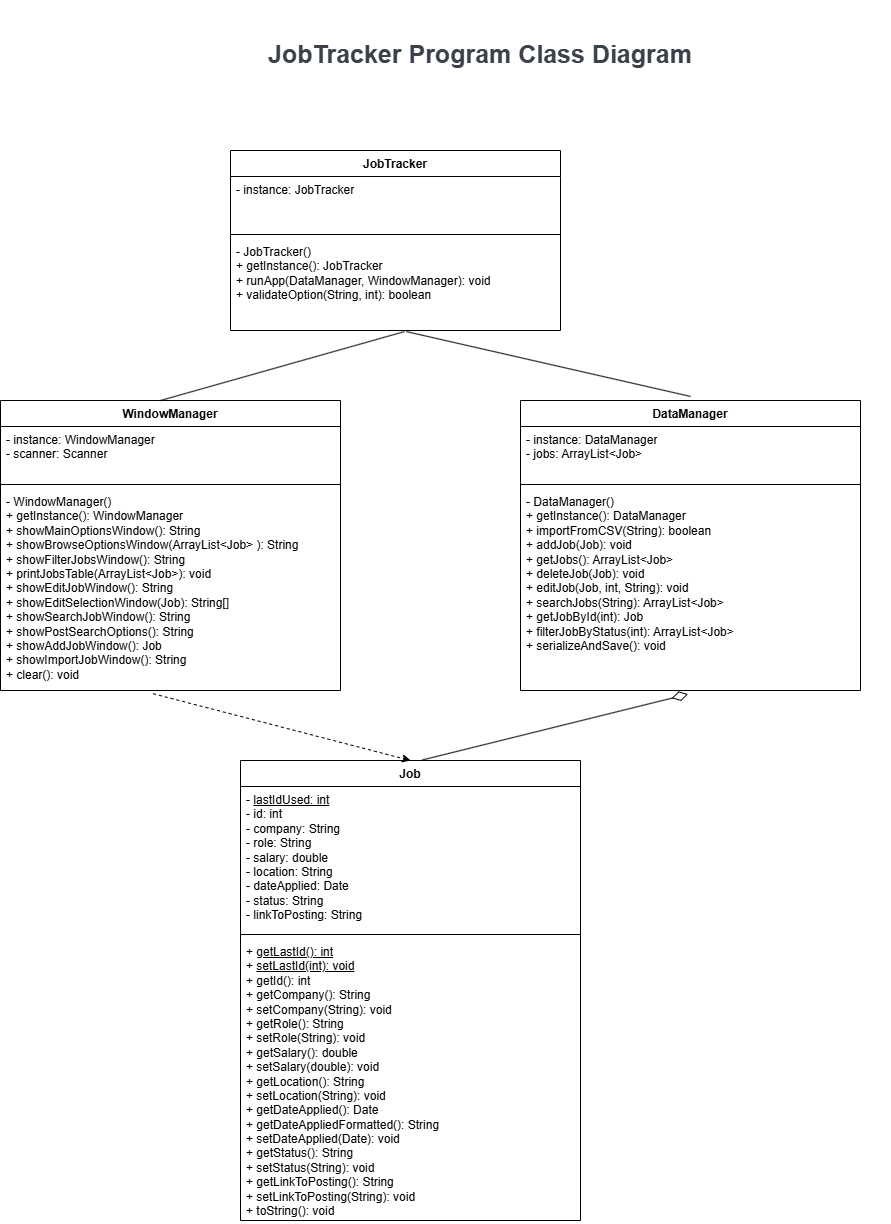
Above: diagrams/class_diagram.png in egnechng/JobApplicationTracker (draw.io), before the change. Source tidied: cells renumbered, new cells last; positions are measured from the earlier drawing's top-left corner, leaving out a move shared by most shapes. Its diagram source:
```xml
<mxGraphModel>
  <root>
    <mxCell id="0" />
    <mxCell id="1" parent="0" />
    <mxCell id="2" value="JobTracker Program Class Diagram" style="html=1;overflow=block;blockSpacing=1;whiteSpace=wrap;fontSize=25;fontColor=#3a414a;fontStyle=1;spacing=3.8;strokeOpacity=0;fillOpacity=0;rounded=1;absoluteArcSize=1;arcSize=9;fillColor=#ffffff;strokeWidth=0.8;lucidId=JtxquTIGnIHw;" parent="1" vertex="1">
      <mxGeometry x="70" width="820" height="105" as="geometry" />
    </mxCell>
    <mxCell id="3" value="JobTracker" style="swimlane;fontStyle=1;align=center;verticalAlign=top;horizontal=1;startSize=26;whiteSpace=wrap;html=1;" parent="1" vertex="1">
      <mxGeometry x="230" y="150" width="330" height="180" as="geometry" />
    </mxCell>
    <mxCell id="4" value="- instance: JobTracker" style="text;strokeColor=none;fillColor=none;align=left;verticalAlign=top;spacingLeft=4;spacingRight=4;overflow=hidden;whiteSpace=wrap;html=1;" parent="3" vertex="1">
      <mxGeometry y="26" width="330" height="54" as="geometry" />
    </mxCell>
    <mxCell id="5" style="line;strokeWidth=1;fillColor=none;align=left;verticalAlign=middle;spacingTop=-1;spacingLeft=3;spacingRight=3;labelPosition=right;strokeColor=inherit;" parent="3" vertex="1">
      <mxGeometry y="80" width="330" height="8" as="geometry" />
    </mxCell>
    <mxCell id="6" value="- JobTracker()&lt;div&gt;+ getInstance(): JobTracker&lt;br&gt;+ runApp(DataManager, WindowManager): void&lt;/div&gt;&lt;div&gt;+ validateOption(String, int): boolean&lt;/div&gt;" style="text;strokeColor=none;fillColor=none;align=left;verticalAlign=top;spacingLeft=4;spacingRight=4;overflow=hidden;points=[[0,0.5],[1,0.5]];portConstraint=eastwest;whiteSpace=wrap;html=1;" parent="3" vertex="1">
      <mxGeometry y="88" width="330" height="92" as="geometry" />
    </mxCell>
    <mxCell id="7" value="WindowManager" style="swimlane;fontStyle=1;align=center;verticalAlign=top;horizontal=1;startSize=26;whiteSpace=wrap;html=1;" parent="1" vertex="1">
      <mxGeometry y="400" width="340" height="290" as="geometry" />
    </mxCell>
    <mxCell id="8" value="- instance: WindowManager&lt;br&gt;- scanner: Scanner" style="text;strokeColor=none;fillColor=none;align=left;verticalAlign=top;spacingLeft=4;spacingRight=4;overflow=hidden;whiteSpace=wrap;html=1;" parent="7" vertex="1">
      <mxGeometry y="26" width="340" height="54" as="geometry" />
    </mxCell>
    <mxCell id="9" style="line;strokeWidth=1;fillColor=none;align=left;verticalAlign=middle;spacingTop=-1;spacingLeft=3;spacingRight=3;labelPosition=right;strokeColor=inherit;" parent="7" vertex="1">
      <mxGeometry y="80" width="340" height="8" as="geometry" />
    </mxCell>
    <mxCell id="10" value="- WindowManager()&lt;div&gt;+ getInstance(): WindowManager&lt;br&gt;+ showMainOptionsWindow(): String&lt;br&gt;+ showBrowseOptionsWindow(ArrayList&amp;lt;Job&amp;gt; ): String&lt;br&gt;+ showFilterJobsWindow(): String&lt;br&gt;+ printJobsTable(ArrayList&amp;lt;Job&amp;gt;): void&lt;/div&gt;&lt;div&gt;+ showEditJobWindow(): String&lt;br&gt;+ showEditSelectionWindow(Job): String[]&lt;br&gt;+ showSearchJobWindow(): String&lt;br&gt;+ showPostSearchOptions(): String&lt;/div&gt;&lt;div&gt;+ showAddJobWindow(): Job&lt;/div&gt;&lt;div&gt;+ showImportJobWindow(): String&lt;br&gt;+ clear(): void&lt;/div&gt;" style="text;strokeColor=none;fillColor=none;align=left;verticalAlign=top;spacingLeft=4;spacingRight=4;overflow=hidden;points=[[0,0.5],[1,0.5]];portConstraint=eastwest;whiteSpace=wrap;html=1;" parent="7" vertex="1">
      <mxGeometry y="88" width="340" height="202" as="geometry" />
    </mxCell>
    <mxCell id="11" value="DataManager" style="swimlane;fontStyle=1;align=center;verticalAlign=top;horizontal=1;startSize=26;whiteSpace=wrap;html=1;" parent="1" vertex="1">
      <mxGeometry x="520" y="400" width="340" height="290" as="geometry" />
    </mxCell>
    <mxCell id="12" value="- instance: DataManager&lt;br&gt;- jobs: ArrayList&amp;lt;Job&amp;gt;" style="text;strokeColor=none;fillColor=none;align=left;verticalAlign=top;spacingLeft=4;spacingRight=4;overflow=hidden;whiteSpace=wrap;html=1;" parent="11" vertex="1">
      <mxGeometry y="26" width="340" height="54" as="geometry" />
    </mxCell>
    <mxCell id="13" style="line;strokeWidth=1;fillColor=none;align=left;verticalAlign=middle;spacingTop=-1;spacingLeft=3;spacingRight=3;labelPosition=right;strokeColor=inherit;" parent="11" vertex="1">
      <mxGeometry y="80" width="340" height="8" as="geometry" />
    </mxCell>
    <mxCell id="14" value="- DataManager()&lt;div&gt;+ getInstance(): DataManager&lt;br&gt;+ importFromCSV(String): boolean&lt;br&gt;+ addJob(Job): void&lt;br&gt;+ getJobs(): ArrayList&amp;lt;Job&amp;gt;&lt;/div&gt;&lt;div&gt;+ deleteJob(Job): void&lt;/div&gt;&lt;div&gt;+ editJob(Job, int, String): void&lt;/div&gt;&lt;div&gt;+ searchJobs(String): ArrayList&amp;lt;Job&amp;gt;&lt;/div&gt;&lt;div&gt;+ getJobById(int): Job&lt;/div&gt;&lt;div&gt;+ filterJobByStatus(int): ArrayList&amp;lt;Job&amp;gt;&lt;/div&gt;&lt;div&gt;+ serializeAndSave(): void&lt;/div&gt;" style="text;strokeColor=none;fillColor=none;align=left;verticalAlign=top;spacingLeft=4;spacingRight=4;overflow=hidden;points=[[0,0.5],[1,0.5]];portConstraint=eastwest;whiteSpace=wrap;html=1;" parent="11" vertex="1">
      <mxGeometry y="88" width="340" height="202" as="geometry" />
    </mxCell>
    <mxCell id="15" value="Job" style="swimlane;fontStyle=1;align=center;verticalAlign=top;horizontal=1;startSize=26;whiteSpace=wrap;html=1;" parent="1" vertex="1">
      <mxGeometry x="240" y="760" width="340" height="460" as="geometry" />
    </mxCell>
    <mxCell id="16" value="- &lt;u&gt;lastIdUsed: int&lt;/u&gt;&lt;div&gt;- id: int&lt;/div&gt;&lt;div&gt;- company: String&lt;/div&gt;&lt;div&gt;- role: String&lt;/div&gt;&lt;div&gt;- salary: double&lt;/div&gt;&lt;div&gt;- location: String&lt;/div&gt;&lt;div&gt;- dateApplied: Date&lt;/div&gt;&lt;div&gt;- status: String&lt;/div&gt;&lt;div&gt;- linkToPosting: String&lt;/div&gt;&lt;div&gt;&lt;div&gt;&lt;br&gt;&lt;/div&gt;&lt;/div&gt;" style="text;strokeColor=none;fillColor=none;align=left;verticalAlign=top;spacingLeft=4;spacingRight=4;overflow=hidden;whiteSpace=wrap;html=1;" parent="15" vertex="1">
      <mxGeometry y="26" width="340" height="144" as="geometry" />
    </mxCell>
    <mxCell id="17" style="line;strokeWidth=1;fillColor=none;align=left;verticalAlign=middle;spacingTop=-1;spacingLeft=3;spacingRight=3;labelPosition=right;strokeColor=inherit;" parent="15" vertex="1">
      <mxGeometry y="170" width="340" height="8" as="geometry" />
    </mxCell>
    <mxCell id="18" value="&lt;div&gt;+ &lt;u&gt;getLastId(): int&lt;/u&gt;&lt;/div&gt;&lt;div&gt;+ &lt;u&gt;setLastId(int): void&lt;/u&gt;&lt;/div&gt;&lt;div&gt;+ getId(): int&lt;br&gt;+ getCompany(): String&lt;/div&gt;&lt;div&gt;+ setCompany(String): void&lt;br&gt;&lt;/div&gt;&lt;div&gt;&lt;div&gt;+ getRole(): String&lt;/div&gt;&lt;div&gt;+ setRole(String): void&lt;/div&gt;&lt;/div&gt;&lt;div&gt;&lt;div&gt;+ getSalary(): double&lt;/div&gt;&lt;div&gt;+ setSalary(double): void&lt;/div&gt;&lt;/div&gt;&lt;div&gt;&lt;div&gt;+ getLocation(): String&lt;/div&gt;&lt;div&gt;+ setLocation(String): void&lt;/div&gt;&lt;/div&gt;&lt;div&gt;&lt;div&gt;+ getDateApplied(): Date&lt;/div&gt;&lt;div&gt;&lt;div&gt;+ getDateAppliedFormatted(): String&lt;/div&gt;&lt;/div&gt;&lt;div&gt;+ setDateApplied(Date): void&lt;/div&gt;&lt;/div&gt;&lt;div&gt;&lt;div&gt;+ getStatus(): String&lt;/div&gt;&lt;div&gt;+ setStatus(String): void&lt;/div&gt;&lt;/div&gt;&lt;div&gt;&lt;div&gt;+ getLinkToPosting(): String&lt;/div&gt;&lt;div&gt;+ setLinkToPosting(String): void&lt;/div&gt;&lt;/div&gt;&lt;div&gt;&lt;div&gt;+ toString(): void&lt;/div&gt;&lt;div&gt;&lt;br&gt;&lt;/div&gt;&lt;/div&gt;" style="text;strokeColor=none;fillColor=none;align=left;verticalAlign=top;spacingLeft=4;spacingRight=4;overflow=hidden;whiteSpace=wrap;html=1;" parent="15" vertex="1">
      <mxGeometry y="178" width="340" height="282" as="geometry" />
    </mxCell>
    <mxCell id="19" style="endArrow=none;html=1;rounded=0;entryX=0.527;entryY=1.012;entryDx=0;entryDy=0;entryPerimeter=0;" parent="1" edge="1" target="6">
      <mxGeometry relative="1" as="geometry">
        <mxPoint x="160" y="400" as="sourcePoint" />
      </mxGeometry>
    </mxCell>
    <mxCell id="20" style="endArrow=none;html=1;rounded=0;entryX=0.533;entryY=1.012;entryDx=0;entryDy=0;entryPerimeter=0;exitX=0.5;exitY=-0.014;exitDx=0;exitDy=0;exitPerimeter=0;" parent="1" edge="1" source="11" target="6">
      <mxGeometry relative="1" as="geometry" />
    </mxCell>
    <mxCell id="21" style="endArrow=none;html=1;endSize=12;startArrow=diamondThin;startSize=14;startFill=0;align=left;verticalAlign=bottom;rounded=0;entryX=0.534;entryY=-0.001;entryDx=0;entryDy=0;entryPerimeter=0;exitX=0.493;exitY=1.018;exitDx=0;exitDy=0;exitPerimeter=0;endFill=0;" parent="1" edge="1" source="14" target="15">
      <mxGeometry x="-1" y="3" relative="1" as="geometry" />
    </mxCell>
    <mxCell id="22" style="endArrow=classic;html=1;rounded=0;entryX=0.5;entryY=0;entryDx=0;entryDy=0;exitX=0.449;exitY=1.016;exitDx=0;exitDy=0;exitPerimeter=0;endFill=1;dashed=1;" parent="1" edge="1" source="10" target="15">
      <mxGeometry relative="1" as="geometry" />
    </mxCell>
  </root>
</mxGraphModel>
```
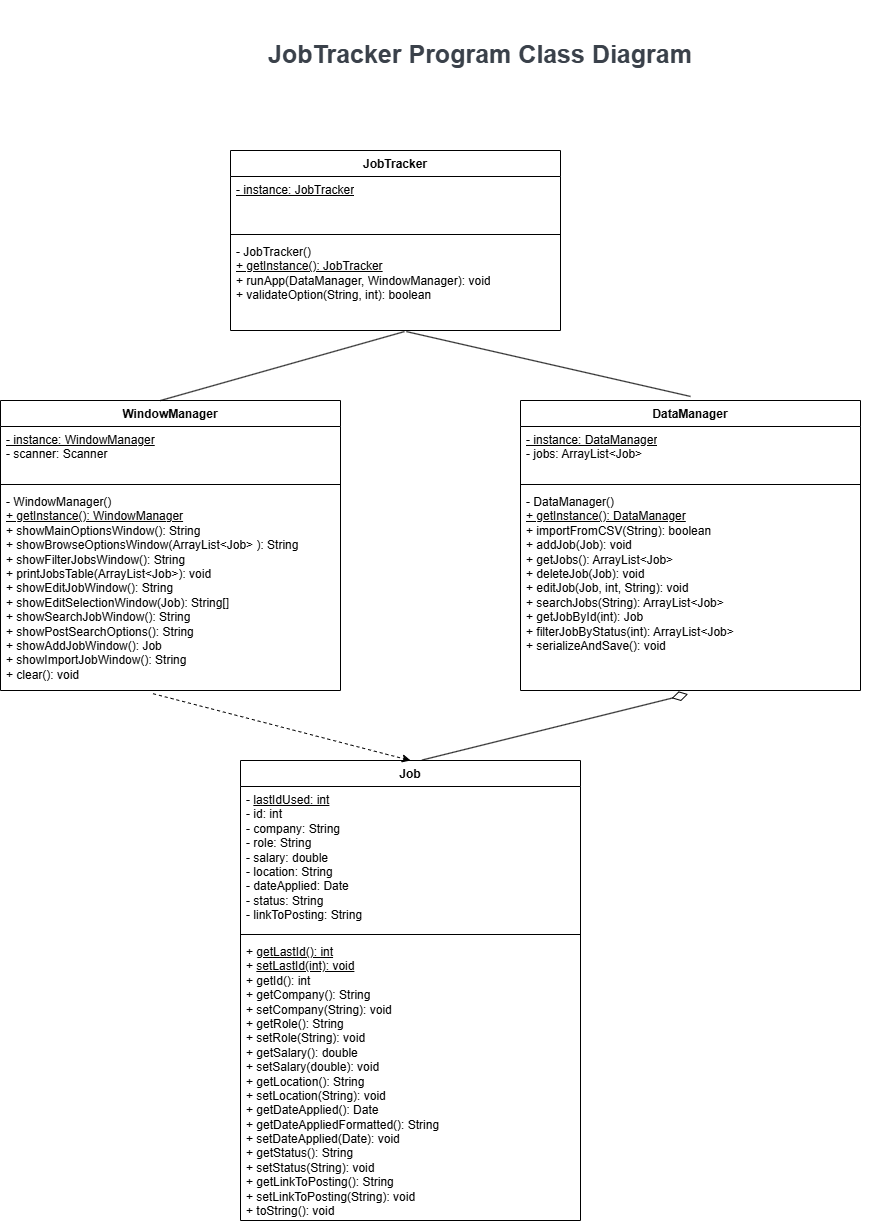
The same diagram one commit later.

Change to the diagram source:
```diff
@@ -8,37 +8,37 @@
     <mxCell id="3" value="JobTracker" style="swimlane;fontStyle=1;align=center;verticalAlign=top;horizontal=1;startSize=26;whiteSpace=wrap;html=1;" parent="1" vertex="1">
       <mxGeometry x="230" y="150" width="330" height="180" as="geometry" />
     </mxCell>
-    <mxCell id="4" value="- instance: JobTracker" style="text;strokeColor=none;fillColor=none;align=left;verticalAlign=top;spacingLeft=4;spacingRight=4;overflow=hidden;whiteSpace=wrap;html=1;" parent="3" vertex="1">
+    <mxCell id="4" value="&lt;u&gt;- instance: JobTracker&lt;/u&gt;" style="text;strokeColor=none;fillColor=none;align=left;verticalAlign=top;spacingLeft=4;spacingRight=4;overflow=hidden;whiteSpace=wrap;html=1;" parent="3" vertex="1">
       <mxGeometry y="26" width="330" height="54" as="geometry" />
     </mxCell>
     <mxCell id="5" style="line;strokeWidth=1;fillColor=none;align=left;verticalAlign=middle;spacingTop=-1;spacingLeft=3;spacingRight=3;labelPosition=right;strokeColor=inherit;" parent="3" vertex="1">
       <mxGeometry y="80" width="330" height="8" as="geometry" />
     </mxCell>
-    <mxCell id="6" value="- JobTracker()&lt;div&gt;+ getInstance(): JobTracker&lt;br&gt;+ runApp(DataManager, WindowManager): void&lt;/div&gt;&lt;div&gt;+ validateOption(String, int): boolean&lt;/div&gt;" style="text;strokeColor=none;fillColor=none;align=left;verticalAlign=top;spacingLeft=4;spacingRight=4;overflow=hidden;points=[[0,0.5],[1,0.5]];portConstraint=eastwest;whiteSpace=wrap;html=1;" parent="3" vertex="1">
+    <mxCell id="6" value="- JobTracker()&lt;div&gt;&lt;u&gt;+ getInstance(): JobTracker&lt;br&gt;&lt;/u&gt;+ runApp(DataManager, WindowManager): void&lt;/div&gt;&lt;div&gt;+ validateOption(String, int): boolean&lt;/div&gt;" style="text;strokeColor=none;fillColor=none;align=left;verticalAlign=top;spacingLeft=4;spacingRight=4;overflow=hidden;points=[[0,0.5],[1,0.5]];portConstraint=eastwest;whiteSpace=wrap;html=1;" parent="3" vertex="1">
       <mxGeometry y="88" width="330" height="92" as="geometry" />
     </mxCell>
     <mxCell id="7" value="WindowManager" style="swimlane;fontStyle=1;align=center;verticalAlign=top;horizontal=1;startSize=26;whiteSpace=wrap;html=1;" parent="1" vertex="1">
       <mxGeometry y="400" width="340" height="290" as="geometry" />
     </mxCell>
-    <mxCell id="8" value="- instance: WindowManager&lt;br&gt;- scanner: Scanner" style="text;strokeColor=none;fillColor=none;align=left;verticalAlign=top;spacingLeft=4;spacingRight=4;overflow=hidden;whiteSpace=wrap;html=1;" parent="7" vertex="1">
+    <mxCell id="8" value="&lt;u&gt;- instance: WindowManager&lt;br&gt;&lt;/u&gt;- scanner: Scanner" style="text;strokeColor=none;fillColor=none;align=left;verticalAlign=top;spacingLeft=4;spacingRight=4;overflow=hidden;whiteSpace=wrap;html=1;" parent="7" vertex="1">
       <mxGeometry y="26" width="340" height="54" as="geometry" />
     </mxCell>
     <mxCell id="9" style="line;strokeWidth=1;fillColor=none;align=left;verticalAlign=middle;spacingTop=-1;spacingLeft=3;spacingRight=3;labelPosition=right;strokeColor=inherit;" parent="7" vertex="1">
       <mxGeometry y="80" width="340" height="8" as="geometry" />
     </mxCell>
-    <mxCell id="10" value="- WindowManager()&lt;div&gt;+ getInstance(): WindowManager&lt;br&gt;+ showMainOptionsWindow(): String&lt;br&gt;+ showBrowseOptionsWindow(ArrayList&amp;lt;Job&amp;gt; ): String&lt;br&gt;+ showFilterJobsWindow(): String&lt;br&gt;+ printJobsTable(ArrayList&amp;lt;Job&amp;gt;): void&lt;/div&gt;&lt;div&gt;+ showEditJobWindow(): String&lt;br&gt;+ showEditSelectionWindow(Job): String[]&lt;br&gt;+ showSearchJobWindow(): String&lt;br&gt;+ showPostSearchOptions(): String&lt;/div&gt;&lt;div&gt;+ showAddJobWindow(): Job&lt;/div&gt;&lt;div&gt;+ showImportJobWindow(): String&lt;br&gt;+ clear(): void&lt;/div&gt;" style="text;strokeColor=none;fillColor=none;align=left;verticalAlign=top;spacingLeft=4;spacingRight=4;overflow=hidden;points=[[0,0.5],[1,0.5]];portConstraint=eastwest;whiteSpace=wrap;html=1;" parent="7" vertex="1">
+    <mxCell id="10" value="- WindowManager()&lt;div&gt;&lt;u&gt;+ getInstance(): WindowManager&lt;br&gt;&lt;/u&gt;+ showMainOptionsWindow(): String&lt;br&gt;+ showBrowseOptionsWindow(ArrayList&amp;lt;Job&amp;gt; ): String&lt;br&gt;+ showFilterJobsWindow(): String&lt;br&gt;+ printJobsTable(ArrayList&amp;lt;Job&amp;gt;): void&lt;/div&gt;&lt;div&gt;+ showEditJobWindow(): String&lt;br&gt;+ showEditSelectionWindow(Job): String[]&lt;br&gt;+ showSearchJobWindow(): String&lt;br&gt;+ showPostSearchOptions(): String&lt;/div&gt;&lt;div&gt;+ showAddJobWindow(): Job&lt;/div&gt;&lt;div&gt;+ showImportJobWindow(): String&lt;br&gt;+ clear(): void&lt;/div&gt;" style="text;strokeColor=none;fillColor=none;align=left;verticalAlign=top;spacingLeft=4;spacingRight=4;overflow=hidden;points=[[0,0.5],[1,0.5]];portConstraint=eastwest;whiteSpace=wrap;html=1;" parent="7" vertex="1">
       <mxGeometry y="88" width="340" height="202" as="geometry" />
     </mxCell>
     <mxCell id="11" value="DataManager" style="swimlane;fontStyle=1;align=center;verticalAlign=top;horizontal=1;startSize=26;whiteSpace=wrap;html=1;" parent="1" vertex="1">
       <mxGeometry x="520" y="400" width="340" height="290" as="geometry" />
     </mxCell>
-    <mxCell id="12" value="- instance: DataManager&lt;br&gt;- jobs: ArrayList&amp;lt;Job&amp;gt;" style="text;strokeColor=none;fillColor=none;align=left;verticalAlign=top;spacingLeft=4;spacingRight=4;overflow=hidden;whiteSpace=wrap;html=1;" parent="11" vertex="1">
+    <mxCell id="12" value="&lt;u&gt;- instance: DataManager&lt;br&gt;&lt;/u&gt;- jobs: ArrayList&amp;lt;Job&amp;gt;" style="text;strokeColor=none;fillColor=none;align=left;verticalAlign=top;spacingLeft=4;spacingRight=4;overflow=hidden;whiteSpace=wrap;html=1;" parent="11" vertex="1">
       <mxGeometry y="26" width="340" height="54" as="geometry" />
     </mxCell>
     <mxCell id="13" style="line;strokeWidth=1;fillColor=none;align=left;verticalAlign=middle;spacingTop=-1;spacingLeft=3;spacingRight=3;labelPosition=right;strokeColor=inherit;" parent="11" vertex="1">
       <mxGeometry y="80" width="340" height="8" as="geometry" />
     </mxCell>
-    <mxCell id="14" value="- DataManager()&lt;div&gt;+ getInstance(): DataManager&lt;br&gt;+ importFromCSV(String): boolean&lt;br&gt;+ addJob(Job): void&lt;br&gt;+ getJobs(): ArrayList&amp;lt;Job&amp;gt;&lt;/div&gt;&lt;div&gt;+ deleteJob(Job): void&lt;/div&gt;&lt;div&gt;+ editJob(Job, int, String): void&lt;/div&gt;&lt;div&gt;+ searchJobs(String): ArrayList&amp;lt;Job&amp;gt;&lt;/div&gt;&lt;div&gt;+ getJobById(int): Job&lt;/div&gt;&lt;div&gt;+ filterJobByStatus(int): ArrayList&amp;lt;Job&amp;gt;&lt;/div&gt;&lt;div&gt;+ serializeAndSave(): void&lt;/div&gt;" style="text;strokeColor=none;fillColor=none;align=left;verticalAlign=top;spacingLeft=4;spacingRight=4;overflow=hidden;points=[[0,0.5],[1,0.5]];portConstraint=eastwest;whiteSpace=wrap;html=1;" parent="11" vertex="1">
+    <mxCell id="14" value="- DataManager()&lt;div&gt;&lt;u&gt;+ getInstance(): DataManager&lt;br&gt;&lt;/u&gt;+ importFromCSV(String): boolean&lt;br&gt;+ addJob(Job): void&lt;br&gt;+ getJobs(): ArrayList&amp;lt;Job&amp;gt;&lt;/div&gt;&lt;div&gt;+ deleteJob(Job): void&lt;/div&gt;&lt;div&gt;+ editJob(Job, int, String): void&lt;/div&gt;&lt;div&gt;+ searchJobs(String): ArrayList&amp;lt;Job&amp;gt;&lt;/div&gt;&lt;div&gt;+ getJobById(int): Job&lt;/div&gt;&lt;div&gt;+ filterJobByStatus(int): ArrayList&amp;lt;Job&amp;gt;&lt;/div&gt;&lt;div&gt;+ serializeAndSave(): void&lt;/div&gt;" style="text;strokeColor=none;fillColor=none;align=left;verticalAlign=top;spacingLeft=4;spacingRight=4;overflow=hidden;points=[[0,0.5],[1,0.5]];portConstraint=eastwest;whiteSpace=wrap;html=1;" parent="11" vertex="1">
       <mxGeometry y="88" width="340" height="202" as="geometry" />
     </mxCell>
     <mxCell id="15" value="Job" style="swimlane;fontStyle=1;align=center;verticalAlign=top;horizontal=1;startSize=26;whiteSpace=wrap;html=1;" parent="1" vertex="1">
```
